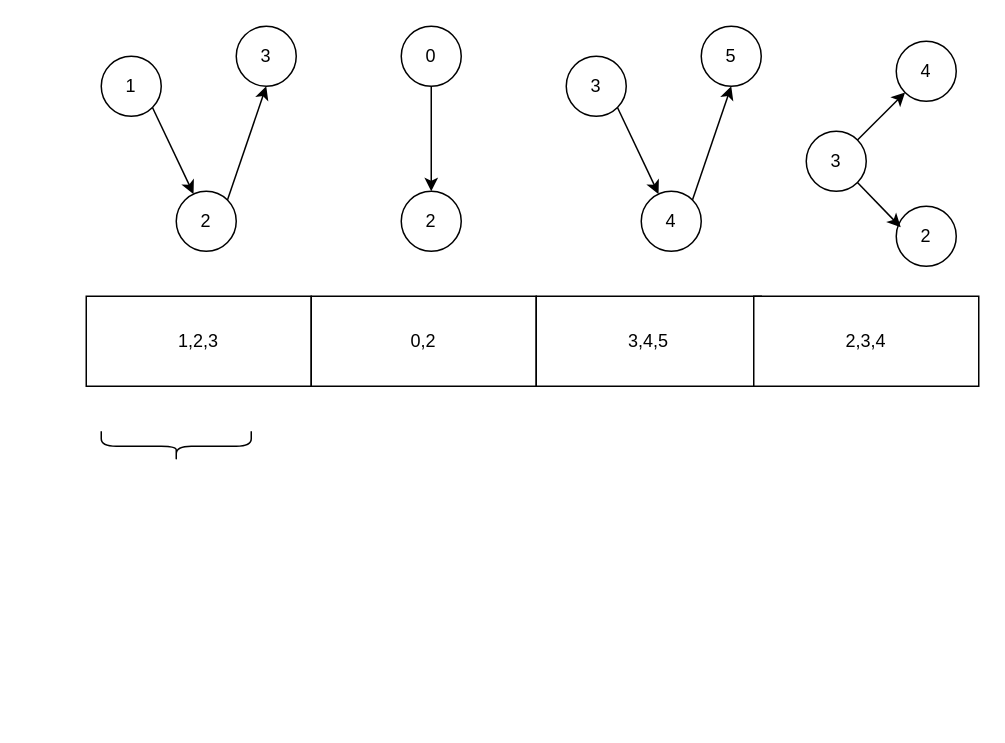
The draw.io diagram page "windowGraphs" (6 of 6) of All execution models.drawio in komzy/FlinkPregelPaper, before the edit. Source tidied: cells renumbered, new cells numbered last; positions are measured from the earlier drawing's top-left corner, leaving out a move shared by most shapes. Both pictures are drawn from the tidied source at 150%, with x=0, y=0 at pixel (86, 26).
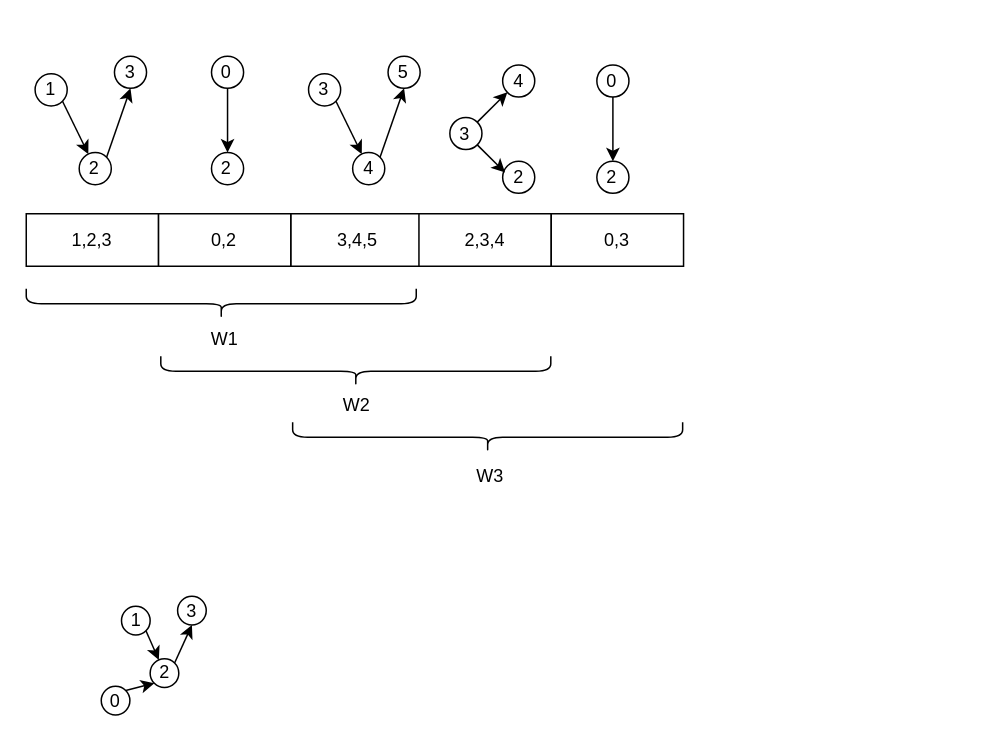
Above is the later version.

Diff of the diagram source:
```diff
@@
+    <mxCell id="25" style="shape=curlyBracket;whiteSpace=wrap;html=1;rounded=1;flipH=1;labelPosition=right;verticalLabelPosition=middle;align=left;verticalAlign=middle;legacyAnchorPoints=0;rotation=90;" parent="1" vertex="1">
+      <mxGeometry x="80" y="55" width="20" height="260" as="geometry" />
+    </mxCell>
+    <mxCell id="26" style="group;" parent="1" vertex="1">
+      <mxGeometry x="10" y="380" width="70" height="80" as="geometry" />
+    </mxCell>
+    <mxCell id="27" value="1" style="ellipse;whiteSpace=wrap;html=1;" parent="26" vertex="1">
+      <mxGeometry x="13.5" y="6.7" width="19.1" height="19.1" as="geometry" />
+    </mxCell>
+    <mxCell id="28" value="2" style="ellipse;whiteSpace=wrap;html=1;" parent="26" vertex="1">
+      <mxGeometry x="32.6" y="41.7" width="19.1" height="19.1" as="geometry" />
+    </mxCell>
+    <mxCell id="29" value="3" style="ellipse;whiteSpace=wrap;html=1;" parent="26" vertex="1">
+      <mxGeometry x="50.9" width="19.1" height="19.1" as="geometry" />
+    </mxCell>
+    <mxCell id="30" style="endArrow=classic;html=1;rounded=0;exitX=1;exitY=1;exitDx=0;exitDy=0;" parent="26" edge="1" source="27" target="28">
+      <mxGeometry relative="1" as="geometry" />
+    </mxCell>
+    <mxCell id="31" style="endArrow=classic;html=1;rounded=0;entryX=0.5;entryY=1;entryDx=0;entryDy=0;exitX=1;exitY=0;exitDx=0;exitDy=0;" parent="26" edge="1" source="28" target="29">
+      <mxGeometry relative="1" as="geometry" />
+    </mxCell>
+    <mxCell id="32" value="0" style="ellipse;whiteSpace=wrap;html=1;" parent="26" vertex="1">
+      <mxGeometry y="60" width="19.1" height="19.1" as="geometry" />
+    </mxCell>
+    <mxCell id="33" style="endArrow=classic;html=1;rounded=0;entryX=0;entryY=1;entryDx=0;entryDy=0;exitX=1;exitY=0;exitDx=0;exitDy=0;" parent="26" edge="1" source="32" target="28">
+      <mxGeometry relative="1" as="geometry" />
+    </mxCell>
     <mxCell id="2" value="1" style="ellipse;whiteSpace=wrap;html=1;" parent="1" vertex="1">
-      <mxGeometry x="10" y="20" width="40" height="40" as="geometry" />
+      <mxGeometry x="-34.1" y="31.7" width="21.4" height="21.4" as="geometry" />
     </mxCell>
     <mxCell id="3" value="2" style="ellipse;whiteSpace=wrap;html=1;" parent="1" vertex="1">
-      <mxGeometry x="60" y="110" width="40" height="40" as="geometry" />
+      <mxGeometry x="-4.7" y="84.2" width="21.4" height="21.4" as="geometry" />
     </mxCell>
     <mxCell id="4" value="3" style="ellipse;whiteSpace=wrap;html=1;" parent="1" vertex="1">
-      <mxGeometry x="100" width="40" height="40" as="geometry" />
+      <mxGeometry x="18.8" y="20" width="21.4" height="21.4" as="geometry" />
     </mxCell>
@@
     <mxCell id="8" value="0" style="ellipse;whiteSpace=wrap;html=1;" parent="1" vertex="1">
-      <mxGeometry x="210" width="40" height="40" as="geometry" />
+      <mxGeometry x="83.5" y="20" width="21.4" height="21.4" as="geometry" />
     </mxCell>
     <mxCell id="9" value="2" style="ellipse;whiteSpace=wrap;html=1;" parent="1" vertex="1">
-      <mxGeometry x="210" y="110" width="40" height="40" as="geometry" />
+      <mxGeometry x="83.5" y="84.2" width="21.4" height="21.4" as="geometry" />
     </mxCell>
     <mxCell id="10" value="3" style="ellipse;whiteSpace=wrap;html=1;" parent="1" vertex="1">
-      <mxGeometry x="320" y="20" width="40" height="40" as="geometry" />
+      <mxGeometry x="148.2" y="31.7" width="21.4" height="21.4" as="geometry" />
     </mxCell>
     <mxCell id="11" value="4" style="ellipse;whiteSpace=wrap;html=1;" parent="1" vertex="1">
-      <mxGeometry x="370" y="110" width="40" height="40" as="geometry" />
+      <mxGeometry x="177.6" y="84.2" width="21.4" height="21.4" as="geometry" />
     </mxCell>
     <mxCell id="12" value="5" style="ellipse;whiteSpace=wrap;html=1;" parent="1" vertex="1">
-      <mxGeometry x="410" width="40" height="40" as="geometry" />
+      <mxGeometry x="201.2" y="20" width="21.4" height="21.4" as="geometry" />
     </mxCell>
@@
     <mxCell id="15" value="2" style="ellipse;whiteSpace=wrap;html=1;" parent="1" vertex="1">
-      <mxGeometry x="540" y="120" width="40" height="40" as="geometry" />
+      <mxGeometry x="277.6" y="90" width="21.4" height="21.4" as="geometry" />
     </mxCell>
     <mxCell id="16" value="3" style="ellipse;whiteSpace=wrap;html=1;" parent="1" vertex="1">
-      <mxGeometry x="480" y="70" width="40" height="40" as="geometry" />
+      <mxGeometry x="242.4" y="60.8" width="21.4" height="21.4" as="geometry" />
     </mxCell>
     <mxCell id="17" value="4" style="ellipse;whiteSpace=wrap;html=1;" parent="1" vertex="1">
-      <mxGeometry x="540" y="10" width="40" height="40" as="geometry" />
+      <mxGeometry x="277.6" y="25.8" width="21.4" height="21.4" as="geometry" />
     </mxCell>
@@
     <mxCell id="20" value="1,2,3" style="rounded=0;whiteSpace=wrap;html=1;" parent="1" vertex="1">
-      <mxGeometry y="180" width="150" height="60" as="geometry" />
+      <mxGeometry x="-40" y="125" width="88.2" height="35" as="geometry" />
     </mxCell>
     <mxCell id="21" value="0,2" style="rounded=0;whiteSpace=wrap;html=1;" parent="1" vertex="1">
-      <mxGeometry x="150" y="180" width="150" height="60" as="geometry" />
+      <mxGeometry x="48.2" y="125" width="88.2" height="35" as="geometry" />
     </mxCell>
     <mxCell id="22" value="3,4,5" style="rounded=0;whiteSpace=wrap;html=1;" parent="1" vertex="1">
-      <mxGeometry x="300" y="180" width="150" height="60" as="geometry" />
+      <mxGeometry x="136.5" y="125" width="88.2" height="35" as="geometry" />
     </mxCell>
     <mxCell id="23" value="2,3,4" style="rounded=0;whiteSpace=wrap;html=1;" parent="1" vertex="1">
-      <mxGeometry x="445" y="180" width="150" height="60" as="geometry" />
+      <mxGeometry x="221.8" y="125" width="88.2" height="35" as="geometry" />
     </mxCell>
-    <mxCell id="24" style="shape=curlyBracket;whiteSpace=wrap;html=1;rounded=1;flipH=1;labelPosition=right;verticalLabelPosition=middle;align=left;verticalAlign=middle;legacyAnchorPoints=0;rotation=90;" parent="1" vertex="1">
-      <mxGeometry x="50" y="230" width="20" height="100" as="geometry" />
-    </mxCell>
+    <mxCell id="34" value="0,3" style="rounded=0;whiteSpace=wrap;html=1;" parent="1" vertex="1">
+      <mxGeometry x="310" y="125" width="88.2" height="35" as="geometry" />
+    </mxCell>
+    <mxCell id="35" style="edgeStyle=orthogonalEdgeStyle;rounded=0;jettySize=auto;html=1;" parent="1" edge="1" source="36" target="37">
+      <mxGeometry relative="1" as="geometry" />
+    </mxCell>
+    <mxCell id="36" value="0" style="ellipse;whiteSpace=wrap;html=1;" parent="1" vertex="1">
+      <mxGeometry x="340.4" y="25.8" width="21.4" height="21.4" as="geometry" />
+    </mxCell>
+    <mxCell id="37" value="2" style="ellipse;whiteSpace=wrap;html=1;" parent="1" vertex="1">
+      <mxGeometry x="340.4" y="90" width="21.4" height="21.4" as="geometry" />
+    </mxCell>
+    <mxCell id="38" style="shape=curlyBracket;whiteSpace=wrap;html=1;rounded=1;flipH=1;labelPosition=right;verticalLabelPosition=middle;align=left;verticalAlign=middle;legacyAnchorPoints=0;rotation=90;" parent="1" vertex="1">
+      <mxGeometry x="169.7" y="100" width="20" height="260" as="geometry" />
+    </mxCell>
+    <mxCell id="39" style="shape=curlyBracket;whiteSpace=wrap;html=1;rounded=1;flipH=1;labelPosition=right;verticalLabelPosition=middle;align=left;verticalAlign=middle;legacyAnchorPoints=0;rotation=90;" parent="1" vertex="1">
+      <mxGeometry x="257.6" y="144" width="20" height="260" as="geometry" />
+    </mxCell>
+    <mxCell id="40" value="&lt;span style=&quot;font-weight: normal;&quot;&gt;W1&lt;/span&gt;" style="text;align=center;fontStyle=1;verticalAlign=middle;spacingLeft=3;spacingRight=3;strokeColor=none;html=1;" parent="1" vertex="1">
+      <mxGeometry x="52" y="196" width="80" height="26" as="geometry" />
+    </mxCell>
+    <mxCell id="41" value="&lt;span style=&quot;font-weight: normal;&quot;&gt;W2&lt;/span&gt;" style="text;align=center;fontStyle=1;verticalAlign=middle;spacingLeft=3;spacingRight=3;strokeColor=none;html=1;" parent="1" vertex="1">
+      <mxGeometry x="139.7" y="240" width="80" height="26" as="geometry" />
+    </mxCell>
+    <mxCell id="42" value="&lt;span style=&quot;font-weight: normal;&quot;&gt;W3&lt;/span&gt;" style="text;align=center;fontStyle=1;verticalAlign=middle;spacingLeft=3;spacingRight=3;strokeColor=none;html=1;" parent="1" vertex="1">
+      <mxGeometry x="228.6" y="287" width="80" height="26" as="geometry" />
+    </mxCell>
```
